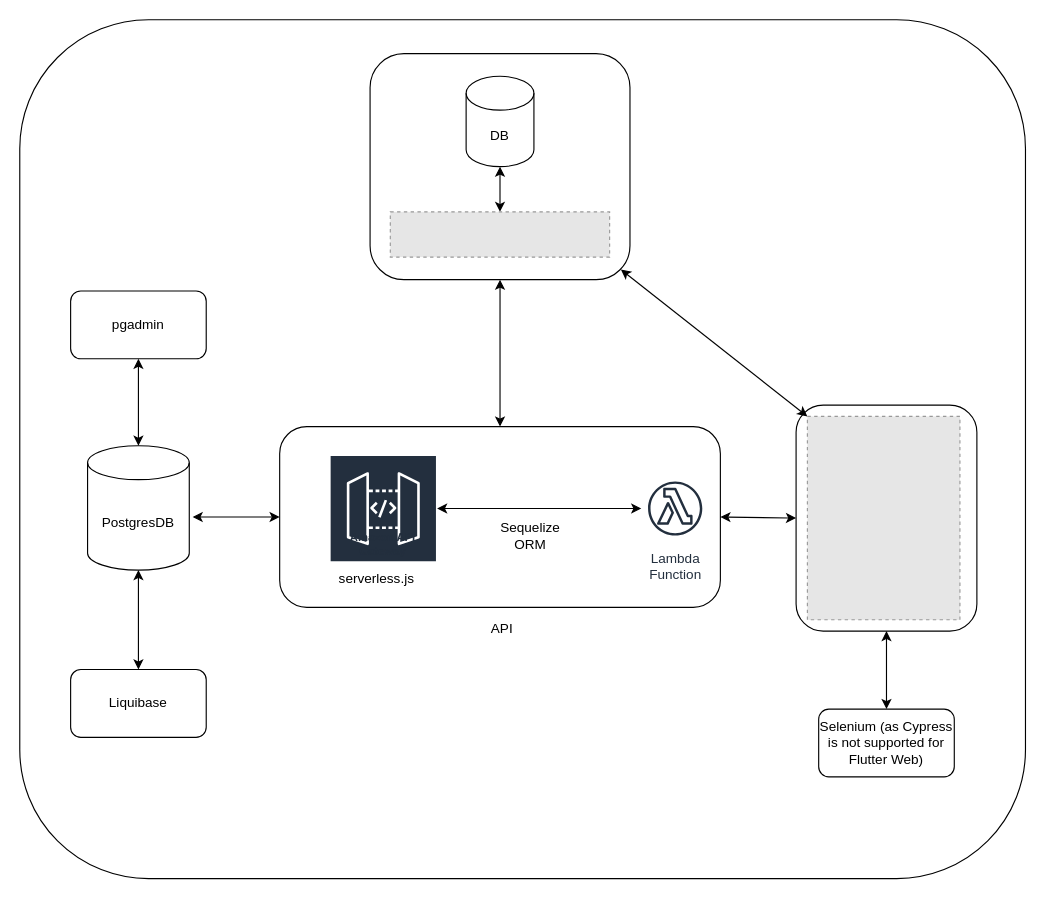
tsmithsoftware/sample_web keeps this draw.io diagram as readme_resources/project_outline.drawio. Above is the earlier version. Source tidied: cells renumbered, new cells numbered last; positions are measured from the earlier drawing's top-left corner, leaving out a move shared by most shapes. Both pictures are drawn from the tidied source at 113%, with x=0, y=0 at pixel (19, 19). Pictures stored in the file or linked from it are replaced by grey dashed boxes.
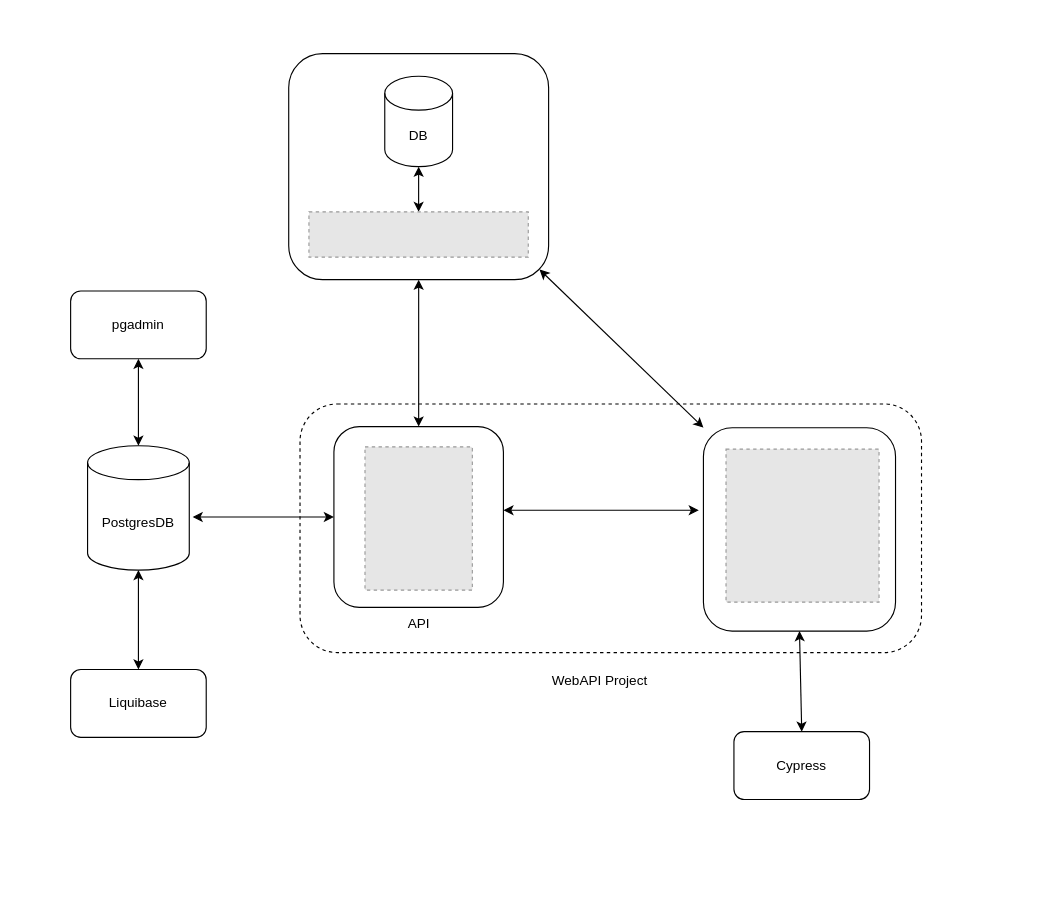
After the change.

Unchanged cells that the change refers to:
```xml
<mxCell id="18" style="rounded=1;whiteSpace=wrap;html=1;" parent="17" vertex="1">
  <mxGeometry width="230" height="200" as="geometry" />
</mxCell>
```

The edit, as a diff of the source:
```diff
@@
-    <mxCell id="2" style="group;" parent="1" vertex="1">
-      <mxGeometry width="890" height="760" as="geometry" />
-    </mxCell>
-    <mxCell id="3" style="rounded=1;whiteSpace=wrap;html=1;" parent="2" vertex="1">
-      <mxGeometry width="890" height="760" as="geometry" />
-    </mxCell>
+    <mxCell id="5" style="group;" parent="1" vertex="1">
+      <mxGeometry x="230" y="360" width="640" height="210" as="geometry" />
+    </mxCell>
+    <mxCell id="31" style="rounded=1;whiteSpace=wrap;html=1;dashed=1;" parent="5" vertex="1">
+      <mxGeometry x="18" y="-20" width="550" height="220" as="geometry" />
+    </mxCell>
+    <mxCell id="6" style="rounded=1;whiteSpace=wrap;html=1;" parent="5" vertex="1">
+      <mxGeometry x="48" width="150" height="160" as="geometry" />
+    </mxCell>
+    <mxCell id="10" value="API" style="text;html=1;align=center;verticalAlign=middle;strokeColor=none;fillColor=none;" parent="5" vertex="1">
+      <mxGeometry x="103" y="160" width="40" height="30" as="geometry" />
+    </mxCell>
-    <mxCell id="4" value="PostgresDB" style="shape=cylinder3;whiteSpace=wrap;html=1;boundedLbl=1;backgroundOutline=1;size=15;" parent="2" vertex="1">
+    <mxCell id="4" value="PostgresDB" style="shape=cylinder3;whiteSpace=wrap;html=1;boundedLbl=1;backgroundOutline=1;size=15;" parent="1" vertex="1">
       <mxGeometry x="60" y="377" width="90" height="110" as="geometry" />
     </mxCell>
-    <mxCell id="5" style="group;" parent="2" vertex="1">
-      <mxGeometry x="230" y="360" width="390" height="194" as="geometry" />
-    </mxCell>
-    <mxCell id="6" style="rounded=1;whiteSpace=wrap;html=1;" parent="5" vertex="1">
-      <mxGeometry width="390" height="160" as="geometry" />
-    </mxCell>
-    <mxCell id="7" value="Amazon API Gateway" style="sketch=0;outlineConnect=0;fontColor=#232F3E;gradientColor=none;strokeColor=#ffffff;fillColor=#232F3E;dashed=0;verticalLabelPosition=middle;verticalAlign=bottom;align=center;html=1;whiteSpace=wrap;fontSize=10;fontStyle=1;spacing=3;shape=mxgraph.aws4.productIcon;prIcon=mxgraph.aws4.api_gateway;" parent="5" vertex="1">
-      <mxGeometry x="44.1" y="25" width="95.2" height="95" as="geometry" />
-    </mxCell>
-    <mxCell id="8" value="Lambda&#10;Function" style="sketch=0;outlineConnect=0;fontColor=#232F3E;gradientColor=none;strokeColor=#232F3E;fillColor=#ffffff;dashed=0;verticalLabelPosition=bottom;verticalAlign=top;align=center;html=1;fontSize=12;fontStyle=0;shape=mxgraph.aws4.resourceIcon;resIcon=mxgraph.aws4.lambda_function;" parent="5" vertex="1">
-      <mxGeometry x="320" y="42.5" width="60" height="60" as="geometry" />
-    </mxCell>
-    <mxCell id="9" style="endArrow=classic;startArrow=classic;html=1;rounded=0;" parent="5" edge="1" source="7" target="8">
-      <mxGeometry relative="1" as="geometry" />
-    </mxCell>
-    <mxCell id="10" value="API" style="text;html=1;strokeColor=none;fillColor=none;align=center;verticalAlign=middle;whiteSpace=wrap;rounded=0;" parent="5" vertex="1">
-      <mxGeometry x="145.8" y="164" width="101.7" height="30" as="geometry" />
-    </mxCell>
-    <mxCell id="11" value="Sequelize ORM" style="text;html=1;strokeColor=none;fillColor=none;align=center;verticalAlign=middle;whiteSpace=wrap;rounded=0;" parent="5" vertex="1">
-      <mxGeometry x="180" y="82" width="83.6" height="30" as="geometry" />
-    </mxCell>
-    <mxCell id="12" value="serverless.js" style="text;html=1;strokeColor=none;fillColor=none;align=center;verticalAlign=middle;whiteSpace=wrap;rounded=0;" parent="5" vertex="1">
-      <mxGeometry x="44.1" y="120" width="83.6" height="30" as="geometry" />
-    </mxCell>
-    <mxCell id="13" value="Liquibase" style="rounded=1;whiteSpace=wrap;html=1;" parent="2" vertex="1">
+    <mxCell id="13" value="Liquibase" style="rounded=1;whiteSpace=wrap;html=1;" parent="1" vertex="1">
       <mxGeometry x="45" y="575" width="120" height="60" as="geometry" />
     </mxCell>
-    <mxCell id="14" style="endArrow=classic;startArrow=classic;html=1;rounded=0;exitX=0.5;exitY=0;exitDx=0;exitDy=0;entryX=0.5;entryY=1;entryDx=0;entryDy=0;entryPerimeter=0;" parent="2" edge="1" source="13" target="4">
+    <mxCell id="14" style="endArrow=classic;startArrow=classic;html=1;rounded=0;exitX=0.5;exitY=0;exitDx=0;exitDy=0;entryX=0.5;entryY=1;entryDx=0;entryDy=0;entryPerimeter=0;" parent="1" edge="1" source="13" target="4">
       <mxGeometry relative="1" as="geometry" />
     </mxCell>
-    <mxCell id="15" style="endArrow=classic;startArrow=classic;html=1;rounded=0;exitX=1.033;exitY=0.573;exitDx=0;exitDy=0;exitPerimeter=0;entryX=0;entryY=0.5;entryDx=0;entryDy=0;" parent="2" edge="1" source="4" target="6">
+    <mxCell id="15" style="endArrow=classic;startArrow=classic;html=1;rounded=0;exitX=1.033;exitY=0.573;exitDx=0;exitDy=0;exitPerimeter=0;entryX=0;entryY=0.5;entryDx=0;entryDy=0;" parent="1" edge="1" source="4" target="6">
       <mxGeometry relative="1" as="geometry" />
     </mxCell>
-    <mxCell id="16" style="endArrow=classic;startArrow=classic;html=1;rounded=0;exitX=0.5;exitY=0;exitDx=0;exitDy=0;entryX=0.5;entryY=1;entryDx=0;entryDy=0;" parent="2" edge="1" source="6" target="18">
+    <mxCell id="16" style="endArrow=classic;startArrow=classic;html=1;rounded=0;exitX=0.5;exitY=0;exitDx=0;exitDy=0;entryX=0.5;entryY=1;entryDx=0;entryDy=0;" parent="1" edge="1" source="6" target="18">
       <mxGeometry relative="1" as="geometry" />
     </mxCell>
-    <mxCell id="17" style="group;" parent="2" vertex="1">
-      <mxGeometry x="310" y="30" width="230" height="200" as="geometry" />
+    <mxCell id="17" style="group;" parent="1" vertex="1">
+      <mxGeometry x="238" y="30" width="315" height="643.3" as="geometry" />
     </mxCell>
@@
+    <mxCell id="32" style="fillColor=#E6E6E6;strokeColor=#999999;dashed=1;verticalLabelPosition=bottom;labelBackgroundColor=default;verticalAlign=top;" parent="17" vertex="1">
+      <mxGeometry x="67.5" y="348" width="95" height="126.7" as="geometry" />
+    </mxCell>
-    <mxCell id="22" style="group;" parent="2" vertex="1">
-      <mxGeometry x="687" y="341" width="160" height="200" as="geometry" />
+    <mxCell id="22" style="group;" parent="1" vertex="1">
+      <mxGeometry x="615" y="201" width="213" height="429" as="geometry" />
     </mxCell>
     <mxCell id="23" style="rounded=1;whiteSpace=wrap;html=1;" parent="22" vertex="1">
-      <mxGeometry width="160" height="200" as="geometry" />
+      <mxGeometry x="-10" y="160" width="170" height="180" as="geometry" />
     </mxCell>
-    <mxCell id="24" style="fillColor=#E6E6E6;strokeColor=#999999;dashed=1;verticalLabelPosition=bottom;labelBackgroundColor=default;verticalAlign=top;" parent="22" vertex="1">
-      <mxGeometry x="10" y="10" width="135" height="180" as="geometry" />
-    </mxCell>
+    <mxCell id="33" style="fillColor=#E6E6E6;strokeColor=#999999;dashed=1;verticalLabelPosition=bottom;labelBackgroundColor=default;verticalAlign=top;" parent="22" vertex="1">
+      <mxGeometry x="10" y="179" width="135.4" height="135.4" as="geometry" />
+    </mxCell>
-    <mxCell id="25" style="endArrow=classic;startArrow=classic;html=1;rounded=0;exitX=1;exitY=0.5;exitDx=0;exitDy=0;entryX=0;entryY=0.5;entryDx=0;entryDy=0;" parent="2" edge="1" source="6" target="23">
-      <mxGeometry relative="1" as="geometry" />
+    <mxCell id="25" style="endArrow=classic;startArrow=classic;html=1;rounded=0;entryX=-0.024;entryY=0.406;entryDx=0;entryDy=0;entryPerimeter=0;" parent="1" edge="1" target="23">
+      <mxGeometry relative="1" as="geometry">
+        <mxPoint x="428" y="434" as="sourcePoint" />
+      </mxGeometry>
     </mxCell>
-    <mxCell id="26" value="Selenium (as Cypress is not supported for Flutter Web)" style="rounded=1;whiteSpace=wrap;html=1;" parent="2" vertex="1">
-      <mxGeometry x="707" y="610" width="120" height="60" as="geometry" />
+    <mxCell id="26" value="Cypress" style="rounded=1;whiteSpace=wrap;html=1;" parent="1" vertex="1">
+      <mxGeometry x="632" y="630" width="120" height="60" as="geometry" />
     </mxCell>
-    <mxCell id="27" style="endArrow=classic;startArrow=classic;html=1;rounded=0;entryX=0.5;entryY=1;entryDx=0;entryDy=0;exitX=0.5;exitY=0;exitDx=0;exitDy=0;" parent="2" edge="1" source="26" target="23">
+    <mxCell id="27" style="endArrow=classic;startArrow=classic;html=1;rounded=0;entryX=0.5;entryY=1;entryDx=0;entryDy=0;exitX=0.5;exitY=0;exitDx=0;exitDy=0;" parent="1" edge="1" source="26" target="23">
       <mxGeometry relative="1" as="geometry" />
     </mxCell>
-    <mxCell id="28" value="pgadmin" style="rounded=1;whiteSpace=wrap;html=1;" parent="2" vertex="1">
+    <mxCell id="28" value="pgadmin" style="rounded=1;whiteSpace=wrap;html=1;" parent="1" vertex="1">
       <mxGeometry x="45" y="240" width="120" height="60" as="geometry" />
     </mxCell>
-    <mxCell id="29" style="endArrow=classic;startArrow=classic;html=1;rounded=0;exitX=0.5;exitY=0;exitDx=0;exitDy=0;exitPerimeter=0;entryX=0.5;entryY=1;entryDx=0;entryDy=0;" parent="2" edge="1" source="4" target="28">
+    <mxCell id="29" style="endArrow=classic;startArrow=classic;html=1;rounded=0;exitX=0.5;exitY=0;exitDx=0;exitDy=0;exitPerimeter=0;entryX=0.5;entryY=1;entryDx=0;entryDy=0;" parent="1" edge="1" source="4" target="28">
       <mxGeometry relative="1" as="geometry" />
     </mxCell>
-    <mxCell id="30" style="endArrow=classic;startArrow=classic;html=1;rounded=0;entryX=0;entryY=0;entryDx=0;entryDy=0;exitX=0.965;exitY=0.955;exitDx=0;exitDy=0;exitPerimeter=0;" parent="2" edge="1" source="18" target="24">
+    <mxCell id="30" style="endArrow=classic;startArrow=classic;html=1;rounded=0;entryX=0;entryY=0;entryDx=0;entryDy=0;exitX=0.965;exitY=0.955;exitDx=0;exitDy=0;exitPerimeter=0;" parent="1" edge="1" source="18" target="23">
       <mxGeometry relative="1" as="geometry" />
     </mxCell>
+    <mxCell id="34" value="WebAPI Project" style="text;html=1;align=center;verticalAlign=middle;strokeColor=none;fillColor=none;" parent="1" vertex="1">
+      <mxGeometry x="458" y="570" width="110" height="30" as="geometry" />
+    </mxCell>
```
